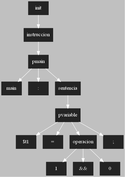
AndreeAvalos/OLC2-AUGUS keeps this Graphviz diagram as ASPAscendente.png. Above is the earlier version. Its source is kept beside it as ASPAscendente.dot.
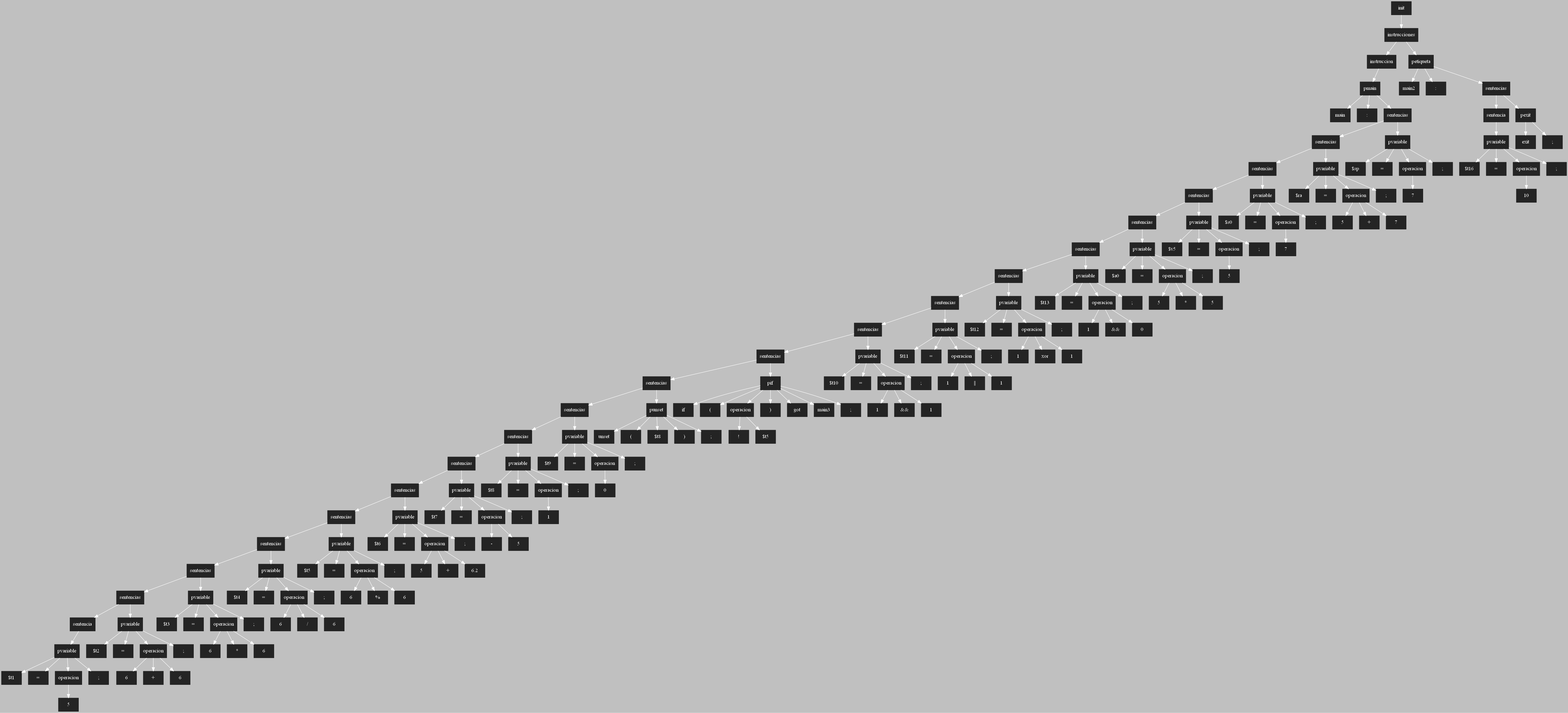
The same diagram one commit later.

The edit, as a diff of the source:
```diff
@@ -3,15 +3,378 @@
  [shape=box, style=filled, color=gray14]
  rankdir=UD
  edge[color=white, dir=fordware]
-27[style = "filled" ; label = "init"]
-26[style = "filled" ; label = "instruccion"]
-23[style = "filled" ; label = "pmain"]
-24[style = "filled" ; label = "main"]
-25[style = "filled" ; label = ":"]
-22[style = "filled" ; label = "sentencia"]
-18[style = "filled" ; label = "pvariable"]
-19[style = "filled" ; label = "$t1"]
-20[style = "filled" ; label = "="]
-16[style = "filled" ; label = "operacion"]
-15[style = "filled" ; label = "1"]
-17[style = "filled" ; label = "&&"]
+561[style = "filled" ; label = "init"]
+560[style = "filled" ; label = "instrucciones"]
+545[style = "filled" ; label = "instruccion"]
+542[style = "filled" ; label = "pmain"]
+543[style = "filled" ; label = "main"]
+544[style = "filled" ; label = ":"]
+541[style = "filled" ; label = "sentencias"]
+534[style = "filled" ; label = "sentencias"]
+525[style = "filled" ; label = "sentencias"]
+518[style = "filled" ; label = "sentencias"]
+511[style = "filled" ; label = "sentencias"]
+502[style = "filled" ; label = "sentencias"]
+493[style = "filled" ; label = "sentencias"]
+484[style = "filled" ; label = "sentencias"]
+475[style = "filled" ; label = "sentencias"]
+466[style = "filled" ; label = "sentencias"]
+455[style = "filled" ; label = "sentencias"]
+448[style = "filled" ; label = "sentencias"]
+441[style = "filled" ; label = "sentencias"]
+434[style = "filled" ; label = "sentencias"]
+426[style = "filled" ; label = "sentencias"]
+417[style = "filled" ; label = "sentencias"]
+408[style = "filled" ; label = "sentencias"]
+399[style = "filled" ; label = "sentencias"]
+390[style = "filled" ; label = "sentencias"]
+381[style = "filled" ; label = "sentencia"]
+377[style = "filled" ; label = "pvariable"]
+378[style = "filled" ; label = "$t1"]
+379[style = "filled" ; label = "="]
+376[style = "filled" ; label = "operacion"]
+375[style = "filled" ; label = "5"]
+380[style = "filled" ; label = ";"]
+386[style = "filled" ; label = "pvariable"]
+387[style = "filled" ; label = "$t2"]
+388[style = "filled" ; label = "="]
+384[style = "filled" ; label = "operacion"]
+382[style = "filled" ; label = "6"]
+385[style = "filled" ; label = "+"]
+383[style = "filled" ; label = "6"]
+389[style = "filled" ; label = ";"]
+395[style = "filled" ; label = "pvariable"]
+396[style = "filled" ; label = "$t3"]
+397[style = "filled" ; label = "="]
+393[style = "filled" ; label = "operacion"]
+391[style = "filled" ; label = "6"]
+394[style = "filled" ; label = "*"]
+392[style = "filled" ; label = "6"]
+398[style = "filled" ; label = ";"]
+404[style = "filled" ; label = "pvariable"]
+405[style = "filled" ; label = "$t4"]
+406[style = "filled" ; label = "="]
+402[style = "filled" ; label = "operacion"]
+400[style = "filled" ; label = "6"]
+403[style = "filled" ; label = "/"]
+401[style = "filled" ; label = "6"]
+407[style = "filled" ; label = ";"]
+413[style = "filled" ; label = "pvariable"]
+414[style = "filled" ; label = "$t5"]
+415[style = "filled" ; label = "="]
+411[style = "filled" ; label = "operacion"]
+409[style = "filled" ; label = "6"]
+412[style = "filled" ; label = "%"]
+410[style = "filled" ; label = "6"]
+416[style = "filled" ; label = ";"]
+422[style = "filled" ; label = "pvariable"]
+423[style = "filled" ; label = "$t6"]
+424[style = "filled" ; label = "="]
+420[style = "filled" ; label = "operacion"]
+418[style = "filled" ; label = "5"]
+421[style = "filled" ; label = "+"]
+419[style = "filled" ; label = "6.2"]
+425[style = "filled" ; label = ";"]
+430[style = "filled" ; label = "pvariable"]
+431[style = "filled" ; label = "$t7"]
+432[style = "filled" ; label = "="]
+428[style = "filled" ; label = "operacion"]
+429[style = "filled" ; label = "-"]
+427[style = "filled" ; label = "5"]
+433[style = "filled" ; label = ";"]
+437[style = "filled" ; label = "pvariable"]
+438[style = "filled" ; label = "$t8"]
+439[style = "filled" ; label = "="]
+436[style = "filled" ; label = "operacion"]
+435[style = "filled" ; label = "1"]
+440[style = "filled" ; label = ";"]
+444[style = "filled" ; label = "pvariable"]
+445[style = "filled" ; label = "$t9"]
+446[style = "filled" ; label = "="]
+443[style = "filled" ; label = "operacion"]
+442[style = "filled" ; label = "0"]
+447[style = "filled" ; label = ";"]
+449[style = "filled" ; label = "punset"]
+450[style = "filled" ; label = "unset"]
+451[style = "filled" ; label = "("]
+452[style = "filled" ; label = "$t8"]
+453[style = "filled" ; label = ")"]
+454[style = "filled" ; label = ";"]
+459[style = "filled" ; label = "pif"]
+460[style = "filled" ; label = "if"]
+461[style = "filled" ; label = "("]
+457[style = "filled" ; label = "operacion"]
+458[style = "filled" ; label = "!"]
+456[style = "filled" ; label = "$t5"]
+462[style = "filled" ; label = ")"]
+463[style = "filled" ; label = "got"]
+464[style = "filled" ; label = "main3"]
+465[style = "filled" ; label = ";"]
+471[style = "filled" ; label = "pvariable"]
+472[style = "filled" ; label = "$t10"]
+473[style = "filled" ; label = "="]
+469[style = "filled" ; label = "operacion"]
+467[style = "filled" ; label = "1"]
+470[style = "filled" ; label = "&&"]
+468[style = "filled" ; label = "1"]
+474[style = "filled" ; label = ";"]
+480[style = "filled" ; label = "pvariable"]
+481[style = "filled" ; label = "$t11"]
+482[style = "filled" ; label = "="]
+478[style = "filled" ; label = "operacion"]
+476[style = "filled" ; label = "1"]
+479[style = "filled" ; label = "||"]
+477[style = "filled" ; label = "1"]
+483[style = "filled" ; label = ";"]
+489[style = "filled" ; label = "pvariable"]
+490[style = "filled" ; label = "$t12"]
+491[style = "filled" ; label = "="]
+487[style = "filled" ; label = "operacion"]
+485[style = "filled" ; label = "1"]
+488[style = "filled" ; label = "xor"]
+486[style = "filled" ; label = "1"]
+492[style = "filled" ; label = ";"]
+498[style = "filled" ; label = "pvariable"]
+499[style = "filled" ; label = "$t13"]
+500[style = "filled" ; label = "="]
+496[style = "filled" ; label = "operacion"]
+494[style = "filled" ; label = "1"]
+497[style = "filled" ; label = "&&"]
+495[style = "filled" ; label = "0"]
+501[style = "filled" ; label = ";"]
+507[style = "filled" ; label = "pvariable"]
+508[style = "filled" ; label = "$a0"]
+509[style = "filled" ; label = "="]
+505[style = "filled" ; label = "operacion"]
+503[style = "filled" ; label = "5"]
+506[style = "filled" ; label = "*"]
+504[style = "filled" ; label = "5"]
+510[style = "filled" ; label = ";"]
+514[style = "filled" ; label = "pvariable"]
+515[style = "filled" ; label = "$v5"]
+516[style = "filled" ; label = "="]
+513[style = "filled" ; label = "operacion"]
+512[style = "filled" ; label = "5"]
+517[style = "filled" ; label = ";"]
+521[style = "filled" ; label = "pvariable"]
+522[style = "filled" ; label = "$s0"]
+523[style = "filled" ; label = "="]
+520[style = "filled" ; label = "operacion"]
+519[style = "filled" ; label = "7"]
+524[style = "filled" ; label = ";"]
+530[style = "filled" ; label = "pvariable"]
+531[style = "filled" ; label = "$ra"]
+532[style = "filled" ; label = "="]
+528[style = "filled" ; label = "operacion"]
+526[style = "filled" ; label = "5"]
+529[style = "filled" ; label = "+"]
+527[style = "filled" ; label = "7"]
+533[style = "filled" ; label = ";"]
+537[style = "filled" ; label = "pvariable"]
+538[style = "filled" ; label = "$sp"]
+539[style = "filled" ; label = "="]
+536[style = "filled" ; label = "operacion"]
+535[style = "filled" ; label = "7"]
+540[style = "filled" ; label = ";"]
+557[style = "filled" ; label = "petiqueta"]
+558[style = "filled" ; label = "main2"]
+559[style = "filled" ; label = ":"]
+556[style = "filled" ; label = "sentencias"]
+552[style = "filled" ; label = "sentencia"]
+548[style = "filled" ; label = "pvariable"]
+549[style = "filled" ; label = "$t16"]
+550[style = "filled" ; label = "="]
+547[style = "filled" ; label = "operacion"]
+546[style = "filled" ; label = "10"]
+551[style = "filled" ; label = ";"]
+553[style = "filled" ; label = "pexit"]
+554[style = "filled" ; label = "exit"]
+555[style = "filled" ; label = ";"]
+561->560;
+560->545;
+545->542;
+542->543;
+542->544;
+542->541;
+541->534;
+534->525;
+525->518;
+518->511;
+511->502;
+502->493;
+493->484;
+484->475;
+475->466;
+466->455;
+455->448;
+448->441;
+441->434;
+434->426;
+426->417;
+417->408;
+408->399;
+399->390;
+390->381;
+381->377;
+377->378;
+377->379;
+377->376;
+376->375;
+377->380;
+390->386;
+386->387;
+386->388;
+386->384;
+384->382;
+384->385;
+384->383;
+386->389;
+399->395;
+395->396;
+395->397;
+395->393;
+393->391;
+393->394;
+393->392;
+395->398;
+408->404;
+404->405;
+404->406;
+404->402;
+402->400;
+402->403;
+402->401;
+404->407;
+417->413;
+413->414;
+413->415;
+413->411;
+411->409;
+411->412;
+411->410;
+413->416;
+426->422;
+422->423;
+422->424;
+422->420;
+420->418;
+420->421;
+420->419;
+422->425;
+434->430;
+430->431;
+430->432;
+430->428;
+428->429;
+428->427;
+430->433;
+441->437;
+437->438;
+437->439;
+437->436;
+436->435;
+437->440;
+448->444;
+444->445;
+444->446;
+444->443;
+443->442;
+444->447;
+455->449;
+449->450;
+449->451;
+449->452;
+449->453;
+449->454;
+466->459;
+459->460;
+459->461;
+459->457;
+457->458;
+457->456;
+459->462;
+459->463;
+459->464;
+459->465;
+475->471;
+471->472;
+471->473;
+471->469;
+469->467;
+469->470;
+469->468;
+471->474;
+484->480;
+480->481;
+480->482;
+480->478;
+478->476;
+478->479;
+478->477;
+480->483;
+493->489;
+489->490;
+489->491;
+489->487;
+487->485;
+487->488;
+487->486;
+489->492;
+502->498;
+498->499;
+498->500;
+498->496;
+496->494;
+496->497;
+496->495;
+498->501;
+511->507;
+507->508;
+507->509;
+507->505;
+505->503;
+505->506;
+505->504;
+507->510;
+518->514;
+514->515;
+514->516;
+514->513;
+513->512;
+514->517;
+525->521;
+521->522;
+521->523;
+521->520;
+520->519;
+521->524;
+534->530;
+530->531;
+530->532;
+530->528;
+528->526;
+528->529;
+528->527;
+530->533;
+541->537;
+537->538;
+537->539;
+537->536;
+536->535;
+537->540;
+560->557;
+557->558;
+557->559;
+557->556;
+556->552;
+552->548;
+548->549;
+548->550;
+548->547;
+547->546;
+548->551;
+556->553;
+553->554;
+553->555;
+
+}
```
